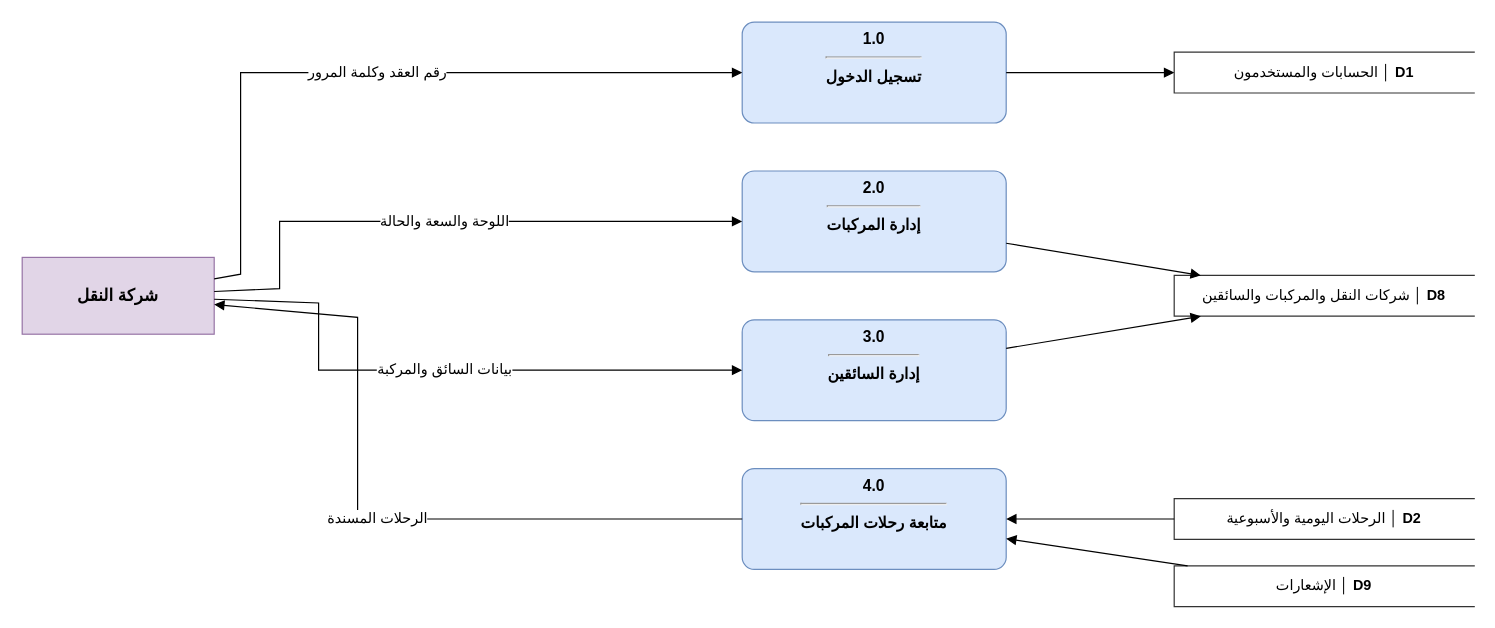
The draw.io diagram مخططات_التحليل_drawio/dfd04_company.drawio in masara-prog/Delni-project, before the edit. Source tidied: cells renumbered, new cells numbered last; positions are measured from the earlier drawing's top-left corner, leaving out a move shared by most shapes. Both pictures are drawn from the tidied source at 120%, with x=0, y=0 at pixel (22, 22).
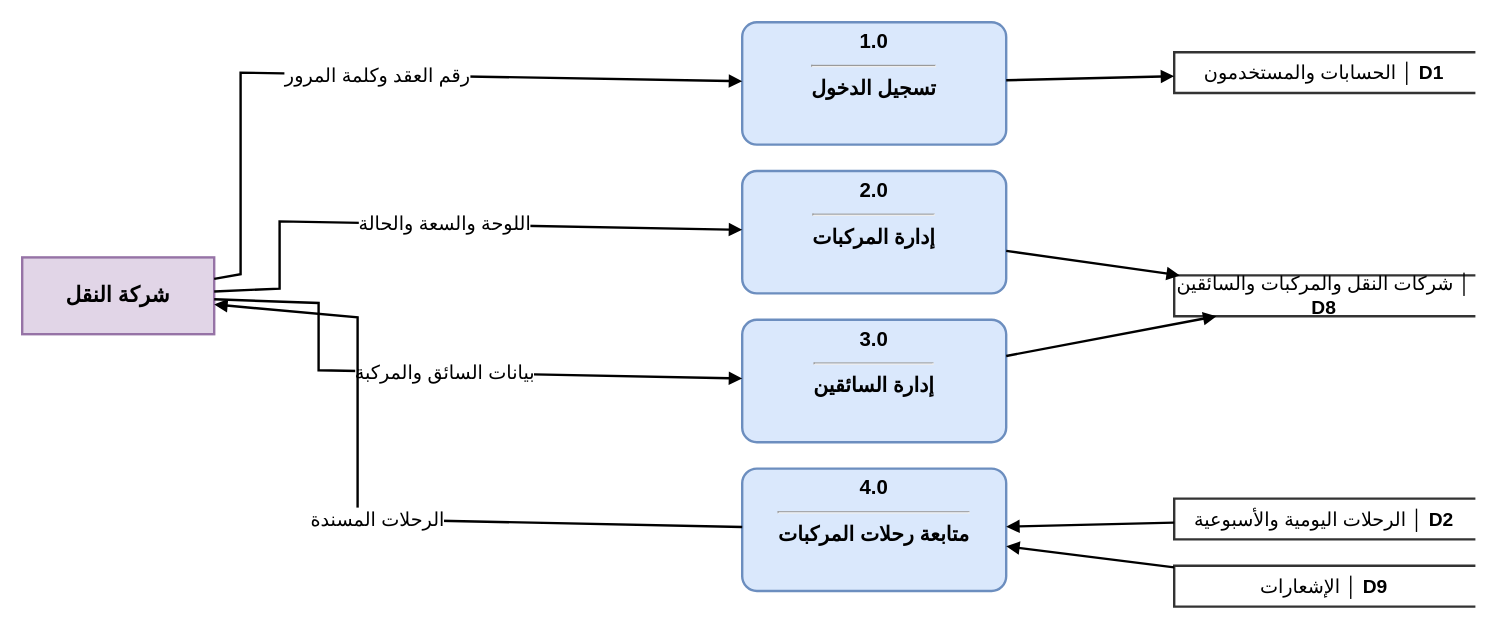
Above is the later version.

Diff of the diagram source:
```diff
@@
-    <mxCell id="2" value="&lt;b&gt;1.0&lt;/b&gt;&lt;hr&gt;تسجيل الدخول" style="rounded=1;arcSize=12;verticalAlign=top;html=1;whiteSpace=wrap;fontFamily=Arial;fontSize=13;fontStyle=1;fillColor=#dae8fc;strokeColor=#6c8ebf;" parent="1" vertex="1">
-      <mxGeometry x="600" width="220" height="84" as="geometry" />
+    <mxCell id="2" value="&lt;b&gt;1.0&lt;/b&gt;&lt;hr&gt;تسجيل الدخول" style="rounded=1;arcSize=12;verticalAlign=top;html=1;whiteSpace=wrap;fontFamily=Arial;fontSize=17;fontStyle=1;fillColor=#dae8fc;strokeColor=#6c8ebf;strokeWidth=2;" parent="1" vertex="1">
+      <mxGeometry x="600" width="220" height="102" as="geometry" />
     </mxCell>
-    <mxCell id="3" value="&lt;b&gt;2.0&lt;/b&gt;&lt;hr&gt;إدارة المركبات" style="rounded=1;arcSize=12;verticalAlign=top;html=1;whiteSpace=wrap;fontFamily=Arial;fontSize=13;fontStyle=1;fillColor=#dae8fc;strokeColor=#6c8ebf;" parent="1" vertex="1">
-      <mxGeometry x="600" y="124" width="220" height="84" as="geometry" />
+    <mxCell id="3" value="&lt;b&gt;2.0&lt;/b&gt;&lt;hr&gt;إدارة المركبات" style="rounded=1;arcSize=12;verticalAlign=top;html=1;whiteSpace=wrap;fontFamily=Arial;fontSize=17;fontStyle=1;fillColor=#dae8fc;strokeColor=#6c8ebf;strokeWidth=2;" parent="1" vertex="1">
+      <mxGeometry x="600" y="124" width="220" height="102" as="geometry" />
     </mxCell>
-    <mxCell id="4" value="&lt;b&gt;3.0&lt;/b&gt;&lt;hr&gt;إدارة السائقين" style="rounded=1;arcSize=12;verticalAlign=top;html=1;whiteSpace=wrap;fontFamily=Arial;fontSize=13;fontStyle=1;fillColor=#dae8fc;strokeColor=#6c8ebf;" parent="1" vertex="1">
-      <mxGeometry x="600" y="248" width="220" height="84" as="geometry" />
+    <mxCell id="4" value="&lt;b&gt;3.0&lt;/b&gt;&lt;hr&gt;إدارة السائقين" style="rounded=1;arcSize=12;verticalAlign=top;html=1;whiteSpace=wrap;fontFamily=Arial;fontSize=17;fontStyle=1;fillColor=#dae8fc;strokeColor=#6c8ebf;strokeWidth=2;" parent="1" vertex="1">
+      <mxGeometry x="600" y="248" width="220" height="102" as="geometry" />
     </mxCell>
-    <mxCell id="5" value="&lt;b&gt;4.0&lt;/b&gt;&lt;hr&gt;متابعة رحلات المركبات" style="rounded=1;arcSize=12;verticalAlign=top;html=1;whiteSpace=wrap;fontFamily=Arial;fontSize=13;fontStyle=1;fillColor=#dae8fc;strokeColor=#6c8ebf;" parent="1" vertex="1">
-      <mxGeometry x="600" y="372" width="220" height="84" as="geometry" />
+    <mxCell id="5" value="&lt;b&gt;4.0&lt;/b&gt;&lt;hr&gt;متابعة رحلات المركبات" style="rounded=1;arcSize=12;verticalAlign=top;html=1;whiteSpace=wrap;fontFamily=Arial;fontSize=17;fontStyle=1;fillColor=#dae8fc;strokeColor=#6c8ebf;strokeWidth=2;" parent="1" vertex="1">
+      <mxGeometry x="600" y="372" width="220" height="102" as="geometry" />
     </mxCell>
-    <mxCell id="6" value="شركة النقل" style="rounded=0;html=1;whiteSpace=wrap;fontFamily=Arial;fontSize=14;fontStyle=1;fillColor=#e1d5e7;strokeColor=#9673a6;" parent="1" vertex="1">
+    <mxCell id="6" value="شركة النقل" style="rounded=0;html=1;whiteSpace=wrap;fontFamily=Arial;fontSize=18;fontStyle=1;fillColor=#e1d5e7;strokeColor=#9673a6;strokeWidth=2;" parent="1" vertex="1">
       <mxGeometry y="196" width="160" height="64" as="geometry" />
     </mxCell>
-    <mxCell id="7" value="الحسابات والمستخدمون  │ &lt;b&gt;D1&lt;/b&gt;" style="shape=partialRectangle;right=0;align=center;html=1;whiteSpace=wrap;fontFamily=Arial;fontSize=12;fontStyle=0;fillColor=#ffffff;strokeColor=#333333;" parent="1" vertex="1">
+    <mxCell id="7" value="الحسابات والمستخدمون  │ &lt;b&gt;D1&lt;/b&gt;" style="shape=partialRectangle;right=0;align=center;html=1;whiteSpace=wrap;fontFamily=Arial;fontSize=16;fontStyle=0;fillColor=#ffffff;strokeColor=#333333;strokeWidth=2;" parent="1" vertex="1">
       <mxGeometry x="960" y="25" width="250" height="34" as="geometry" />
     </mxCell>
-    <mxCell id="8" value="شركات النقل والمركبات والسائقين  │ &lt;b&gt;D8&lt;/b&gt;" style="shape=partialRectangle;right=0;align=center;html=1;whiteSpace=wrap;fontFamily=Arial;fontSize=12;fontStyle=0;fillColor=#ffffff;strokeColor=#333333;" parent="1" vertex="1">
+    <mxCell id="8" value="شركات النقل والمركبات والسائقين  │ &lt;b&gt;D8&lt;/b&gt;" style="shape=partialRectangle;right=0;align=center;html=1;whiteSpace=wrap;fontFamily=Arial;fontSize=16;fontStyle=0;fillColor=#ffffff;strokeColor=#333333;strokeWidth=2;" parent="1" vertex="1">
       <mxGeometry x="960" y="211" width="250" height="34" as="geometry" />
     </mxCell>
-    <mxCell id="9" value="الرحلات اليومية والأسبوعية  │ &lt;b&gt;D2&lt;/b&gt;" style="shape=partialRectangle;right=0;align=center;html=1;whiteSpace=wrap;fontFamily=Arial;fontSize=12;fontStyle=0;fillColor=#ffffff;strokeColor=#333333;" parent="1" vertex="1">
+    <mxCell id="9" value="الرحلات اليومية والأسبوعية  │ &lt;b&gt;D2&lt;/b&gt;" style="shape=partialRectangle;right=0;align=center;html=1;whiteSpace=wrap;fontFamily=Arial;fontSize=16;fontStyle=0;fillColor=#ffffff;strokeColor=#333333;strokeWidth=2;" parent="1" vertex="1">
       <mxGeometry x="960" y="397" width="250" height="34" as="geometry" />
     </mxCell>
-    <mxCell id="10" value="الإشعارات  │ &lt;b&gt;D9&lt;/b&gt;" style="shape=partialRectangle;right=0;align=center;html=1;whiteSpace=wrap;fontFamily=Arial;fontSize=12;fontStyle=0;fillColor=#ffffff;strokeColor=#333333;" parent="1" vertex="1">
+    <mxCell id="10" value="الإشعارات  │ &lt;b&gt;D9&lt;/b&gt;" style="shape=partialRectangle;right=0;align=center;html=1;whiteSpace=wrap;fontFamily=Arial;fontSize=16;fontStyle=0;fillColor=#ffffff;strokeColor=#333333;strokeWidth=2;" parent="1" vertex="1">
       <mxGeometry x="960" y="453" width="250" height="34" as="geometry" />
     </mxCell>
-    <mxCell id="11" value="رقم العقد وكلمة المرور" style="endArrow=block;endFill=1;html=1;rounded=0;fontFamily=Arial;fontSize=12;labelBackgroundColor=#ffffff;" parent="1" edge="1" source="6" target="2">
+    <mxCell id="11" value="رقم العقد وكلمة المرور" style="endArrow=block;endFill=1;html=1;rounded=0;fontFamily=Arial;fontSize=16;labelBackgroundColor=#ffffff;strokeWidth=2;" parent="1" edge="1" source="6" target="2">
       <mxGeometry relative="1" as="geometry">
         <Array as="points">
           <mxPoint x="182" y="210" />
           <mxPoint x="182" y="42" />
         </Array>
       </mxGeometry>
     </mxCell>
-    <mxCell id="12" value="اللوحة والسعة والحالة" style="endArrow=block;endFill=1;html=1;rounded=0;fontFamily=Arial;fontSize=12;labelBackgroundColor=#ffffff;" parent="1" edge="1" source="6" target="3">
+    <mxCell id="12" value="اللوحة والسعة والحالة" style="endArrow=block;endFill=1;html=1;rounded=0;fontFamily=Arial;fontSize=16;labelBackgroundColor=#ffffff;strokeWidth=2;" parent="1" edge="1" source="6" target="3">
       <mxGeometry relative="1" as="geometry">
         <Array as="points">
           <mxPoint x="214.5" y="222" />
           <mxPoint x="214.5" y="166" />
         </Array>
       </mxGeometry>
     </mxCell>
-    <mxCell id="13" value="بيانات السائق والمركبة" style="endArrow=block;endFill=1;html=1;rounded=0;fontFamily=Arial;fontSize=12;labelBackgroundColor=#ffffff;" parent="1" edge="1" source="6" target="4">
+    <mxCell id="13" value="بيانات السائق والمركبة" style="endArrow=block;endFill=1;html=1;rounded=0;fontFamily=Arial;fontSize=16;labelBackgroundColor=#ffffff;strokeWidth=2;" parent="1" edge="1" source="6" target="4">
       <mxGeometry relative="1" as="geometry">
         <Array as="points">
           <mxPoint x="247" y="234" />
           <mxPoint x="247" y="290" />
         </Array>
       </mxGeometry>
     </mxCell>
-    <mxCell id="14" value="الرحلات المسندة" style="endArrow=block;endFill=1;html=1;rounded=0;fontFamily=Arial;fontSize=12;labelBackgroundColor=#ffffff;" parent="1" edge="1" source="5" target="6">
+    <mxCell id="14" value="الرحلات المسندة" style="endArrow=block;endFill=1;html=1;rounded=0;fontFamily=Arial;fontSize=16;labelBackgroundColor=#ffffff;strokeWidth=2;" parent="1" edge="1" source="5" target="6">
       <mxGeometry relative="1" as="geometry">
         <Array as="points">
           <mxPoint x="279.5" y="414" />
           <mxPoint x="279.5" y="246" />
         </Array>
       </mxGeometry>
     </mxCell>
-    <mxCell id="15" style="endArrow=block;endFill=1;html=1;rounded=0;fontFamily=Arial;fontSize=12;labelBackgroundColor=#ffffff;" parent="1" edge="1" source="2" target="7">
+    <mxCell id="15" style="endArrow=block;endFill=1;html=1;rounded=0;fontFamily=Arial;fontSize=16;labelBackgroundColor=#ffffff;strokeWidth=2;" parent="1" edge="1" source="2" target="7">
       <mxGeometry relative="1" as="geometry" />
     </mxCell>
-    <mxCell id="16" style="endArrow=block;endFill=1;html=1;rounded=0;fontFamily=Arial;fontSize=12;labelBackgroundColor=#ffffff;" parent="1" edge="1" source="3" target="8">
+    <mxCell id="16" style="endArrow=block;endFill=1;html=1;rounded=0;fontFamily=Arial;fontSize=16;labelBackgroundColor=#ffffff;strokeWidth=2;" parent="1" edge="1" source="3" target="8">
       <mxGeometry relative="1" as="geometry" />
     </mxCell>
-    <mxCell id="17" style="endArrow=block;endFill=1;html=1;rounded=0;fontFamily=Arial;fontSize=12;labelBackgroundColor=#ffffff;" parent="1" edge="1" source="4" target="8">
+    <mxCell id="17" style="endArrow=block;endFill=1;html=1;rounded=0;fontFamily=Arial;fontSize=16;labelBackgroundColor=#ffffff;strokeWidth=2;" parent="1" edge="1" source="4" target="8">
       <mxGeometry relative="1" as="geometry" />
     </mxCell>
-    <mxCell id="18" style="endArrow=block;endFill=1;html=1;rounded=0;fontFamily=Arial;fontSize=12;labelBackgroundColor=#ffffff;" parent="1" edge="1" source="9" target="5">
+    <mxCell id="18" style="endArrow=block;endFill=1;html=1;rounded=0;fontFamily=Arial;fontSize=16;labelBackgroundColor=#ffffff;strokeWidth=2;" parent="1" edge="1" source="9" target="5">
       <mxGeometry relative="1" as="geometry" />
     </mxCell>
-    <mxCell id="19" style="endArrow=block;endFill=1;html=1;rounded=0;fontFamily=Arial;fontSize=12;labelBackgroundColor=#ffffff;" parent="1" edge="1" source="10" target="5">
+    <mxCell id="19" style="endArrow=block;endFill=1;html=1;rounded=0;fontFamily=Arial;fontSize=16;labelBackgroundColor=#ffffff;strokeWidth=2;" parent="1" edge="1" source="10" target="5">
       <mxGeometry relative="1" as="geometry" />
     </mxCell>
```
